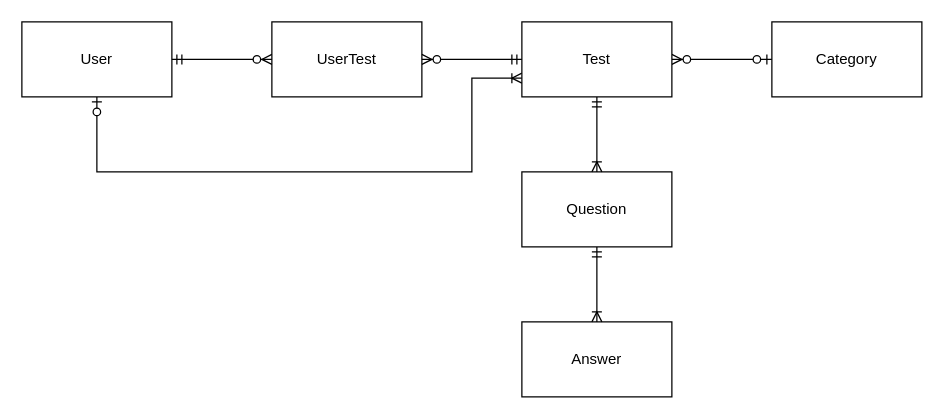
Earlier version of the draw.io diagram Untitled Diagram.drawio (Alex-Govorov/sync). Source tidied: cells renumbered, new cells numbered last; positions are measured from the earlier drawing's top-left corner, leaving out a move shared by most shapes. Both pictures are drawn from the tidied source at 125%, with x=0, y=0 at pixel (21, 21).
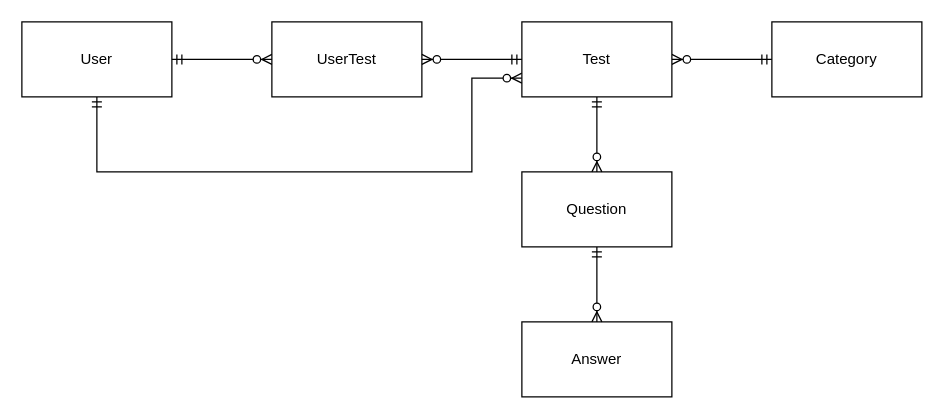
Above is the later version.

Change to the diagram source:
```diff
@@
 <mxGraphModel>
   <root>
     <mxCell id="0" />
     <mxCell id="1" parent="0" />
     <mxCell id="2" value="User" style="whiteSpace=wrap;html=1;align=center;" parent="1" vertex="1">
       <mxGeometry width="120" height="60" as="geometry" />
     </mxCell>
     <mxCell id="3" value="Answer" style="whiteSpace=wrap;html=1;align=center;" parent="1" vertex="1">
       <mxGeometry x="400" y="240" width="120" height="60" as="geometry" />
     </mxCell>
     <mxCell id="4" value="Category" style="whiteSpace=wrap;html=1;align=center;" parent="1" vertex="1">
       <mxGeometry x="600" width="120" height="60" as="geometry" />
     </mxCell>
-    <mxCell id="5" style="edgeStyle=orthogonalEdgeStyle;rounded=0;jettySize=auto;html=1;startArrow=ERmandOne;startFill=0;endArrow=ERoneToMany;endFill=0;" parent="1" edge="1" source="6" target="3">
+    <mxCell id="5" style="edgeStyle=orthogonalEdgeStyle;rounded=0;jettySize=auto;html=1;startArrow=ERmandOne;startFill=0;endArrow=ERzeroToMany;endFill=1;" parent="1" edge="1" source="6" target="3">
       <mxGeometry relative="1" as="geometry" />
     </mxCell>
     <mxCell id="6" value="Question" style="whiteSpace=wrap;html=1;align=center;" parent="1" vertex="1">
       <mxGeometry x="400" y="120" width="120" height="60" as="geometry" />
     </mxCell>
-    <mxCell id="7" style="edgeStyle=orthogonalEdgeStyle;rounded=0;jettySize=auto;html=1;entryX=0;entryY=0.5;entryDx=0;entryDy=0;startArrow=ERzeroToMany;startFill=1;endArrow=ERzeroToOne;endFill=1;" parent="1" edge="1" source="10" target="4">
+    <mxCell id="7" style="edgeStyle=orthogonalEdgeStyle;rounded=0;jettySize=auto;html=1;entryX=0;entryY=0.5;entryDx=0;entryDy=0;startArrow=ERzeroToMany;startFill=1;endArrow=ERmandOne;endFill=0;" parent="1" edge="1" source="10" target="4">
       <mxGeometry relative="1" as="geometry" />
     </mxCell>
-    <mxCell id="8" style="edgeStyle=orthogonalEdgeStyle;rounded=0;jettySize=auto;html=1;entryX=0.5;entryY=0;entryDx=0;entryDy=0;startArrow=ERmandOne;startFill=0;endArrow=ERoneToMany;endFill=0;" parent="1" edge="1" source="10" target="6">
+    <mxCell id="8" style="edgeStyle=orthogonalEdgeStyle;rounded=0;jettySize=auto;html=1;entryX=0.5;entryY=0;entryDx=0;entryDy=0;startArrow=ERmandOne;startFill=0;endArrow=ERzeroToMany;endFill=1;" parent="1" edge="1" source="10" target="6">
       <mxGeometry relative="1" as="geometry" />
     </mxCell>
-    <mxCell id="9" style="edgeStyle=orthogonalEdgeStyle;rounded=0;jettySize=auto;html=1;exitX=0;exitY=0.75;exitDx=0;exitDy=0;entryX=0.5;entryY=1;entryDx=0;entryDy=0;startArrow=ERoneToMany;startFill=0;endArrow=ERzeroToOne;endFill=1;" parent="1" edge="1" source="10" target="2">
+    <mxCell id="9" style="edgeStyle=orthogonalEdgeStyle;rounded=0;jettySize=auto;html=1;exitX=0;exitY=0.75;exitDx=0;exitDy=0;entryX=0.5;entryY=1;entryDx=0;entryDy=0;startArrow=ERzeroToMany;startFill=1;endArrow=ERmandOne;endFill=0;" parent="1" edge="1" source="10" target="2">
       <mxGeometry relative="1" as="geometry">
         <Array as="points">
           <mxPoint x="360" y="45" />
           <mxPoint x="360" y="120" />
           <mxPoint x="60" y="120" />
         </Array>
       </mxGeometry>
     </mxCell>
     <mxCell id="10" value="Test" style="whiteSpace=wrap;html=1;align=center;" parent="1" vertex="1">
       <mxGeometry x="400" width="120" height="60" as="geometry" />
     </mxCell>
     <mxCell id="11" value="UserTest" style="whiteSpace=wrap;html=1;align=center;" parent="1" vertex="1">
       <mxGeometry x="200" width="120" height="60" as="geometry" />
     </mxCell>
     <mxCell id="12" style="edgeStyle=entityRelationEdgeStyle;fontSize=12;html=1;endArrow=ERzeroToMany;startArrow=ERmandOne;exitX=1;exitY=0.5;exitDx=0;exitDy=0;entryX=0;entryY=0.5;entryDx=0;entryDy=0;" parent="1" edge="1" source="2" target="11">
       <mxGeometry relative="1" as="geometry" />
     </mxCell>
     <mxCell id="13" style="edgeStyle=entityRelationEdgeStyle;fontSize=12;html=1;endArrow=ERmandOne;startArrow=ERzeroToMany;exitX=1;exitY=0.5;exitDx=0;exitDy=0;entryX=0;entryY=0.5;entryDx=0;entryDy=0;startFill=1;endFill=0;" parent="1" edge="1" source="11" target="10">
       <mxGeometry relative="1" as="geometry" />
     </mxCell>
   </root>
 </mxGraphModel>
```
